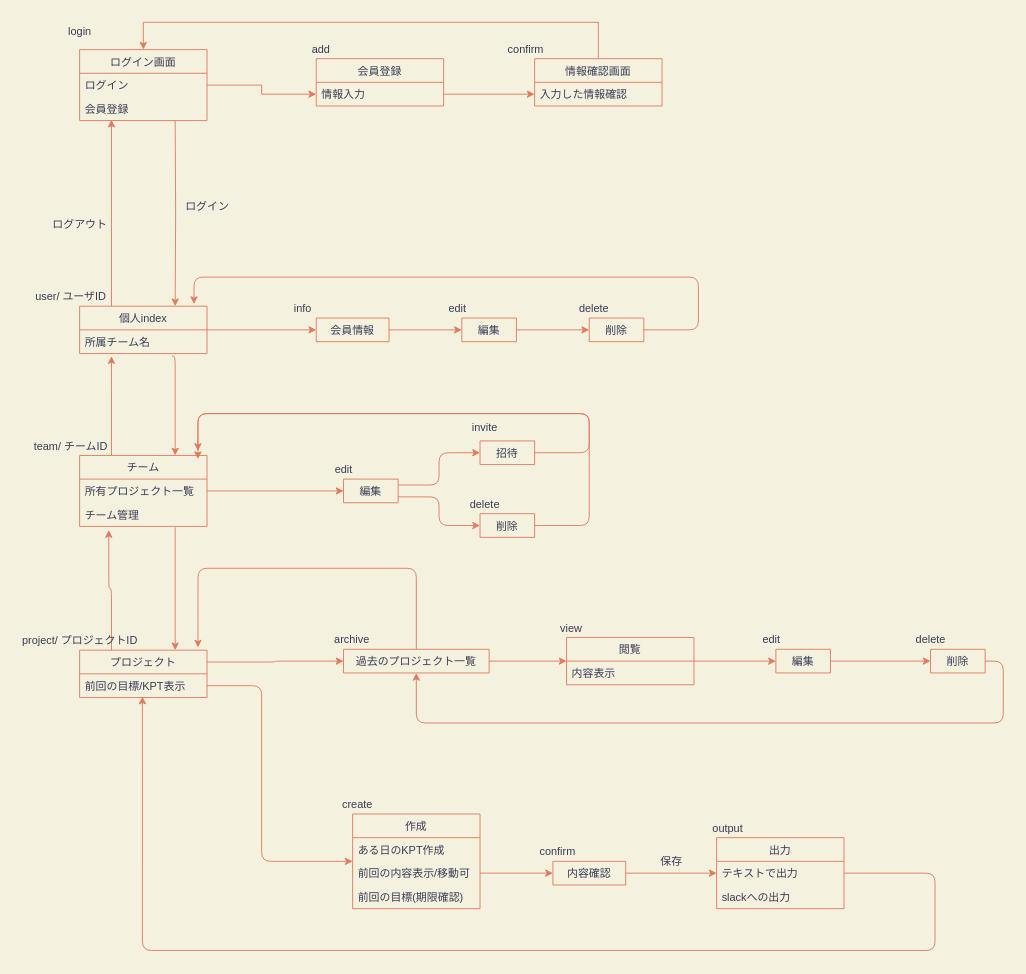
The draw.io diagram screen_transition.drawio in nanas773/kpt-design, before the edit. Source tidied: cells renumbered, new cells numbered last; positions are measured from the earlier drawing's top-left corner, leaving out a move shared by most shapes. Both pictures are drawn from the tidied source at 91%, with x=0, y=0 at pixel (15, 22).
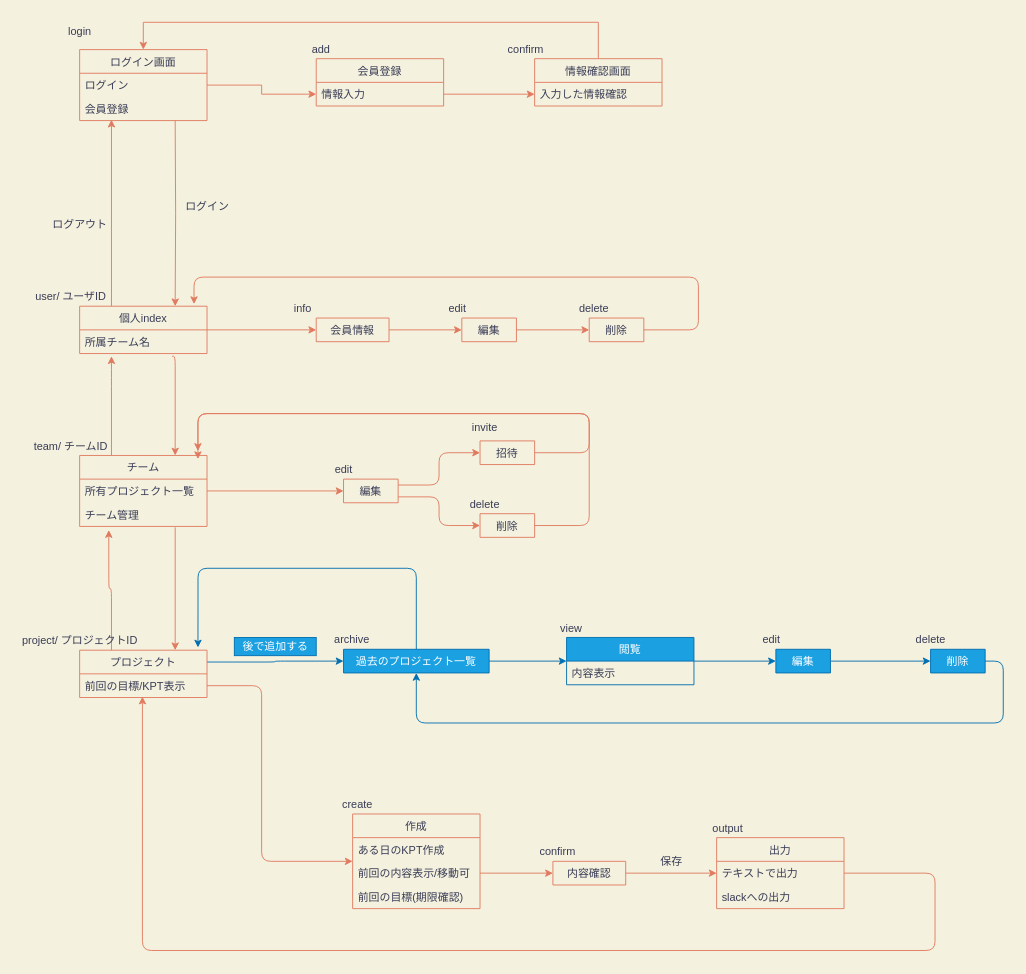
Above is the later version.

Commit message:
Fix: 後で追加する部分の修正

Unchanged cells that the change refers to:
```xml
<mxCell id="20" value="プロジェクト" style="swimlane;fontStyle=0;horizontal=1;startSize=26;fillColor=none;strokeColor=#E07A5F;fontColor=#393C56;" parent="1" vertex="1">
  <mxGeometry x="70" y="690" width="140" height="52" as="geometry" />
</mxCell>
```

Change to the diagram source:
```diff
@@
-    <mxCell id="18" style="edgeStyle=orthogonalEdgeStyle;curved=0;rounded=1;sketch=0;jettySize=auto;html=1;exitX=1;exitY=0.25;exitDx=0;exitDy=0;entryX=0;entryY=0.5;entryDx=0;entryDy=0;strokeColor=#E07A5F;fillColor=#F2CC8F;fontColor=#393C56;labelBackgroundColor=#F4F1DE;" parent="1" edge="1" source="20" target="43">
+    <mxCell id="18" style="edgeStyle=orthogonalEdgeStyle;curved=0;rounded=1;sketch=0;jettySize=auto;html=1;exitX=1;exitY=0.25;exitDx=0;exitDy=0;entryX=0;entryY=0.5;entryDx=0;entryDy=0;strokeColor=#006EAF;fillColor=#1ba1e2;fontColor=#393C56;labelBackgroundColor=#F4F1DE;" parent="1" edge="1" source="20" target="43">
       <mxGeometry relative="1" as="geometry" />
     </mxCell>
@@
-    <mxCell id="27" style="edgeStyle=orthogonalEdgeStyle;curved=0;rounded=1;sketch=0;jettySize=auto;html=1;exitX=1;exitY=0.5;exitDx=0;exitDy=0;entryX=0;entryY=0.5;entryDx=0;entryDy=0;strokeColor=#E07A5F;fillColor=#F2CC8F;fontColor=#393C56;labelBackgroundColor=#F4F1DE;" parent="1" edge="1" source="28" target="33">
+    <mxCell id="27" style="edgeStyle=orthogonalEdgeStyle;curved=0;rounded=1;sketch=0;jettySize=auto;html=1;exitX=1;exitY=0.5;exitDx=0;exitDy=0;entryX=0;entryY=0.5;entryDx=0;entryDy=0;strokeColor=#006EAF;fillColor=#1ba1e2;fontColor=#393C56;labelBackgroundColor=#F4F1DE;" parent="1" edge="1" source="28" target="33">
       <mxGeometry relative="1" as="geometry" />
     </mxCell>
-    <mxCell id="28" value="編集" style="swimlane;fontStyle=0;horizontal=1;startSize=26;fillColor=none;strokeColor=#E07A5F;fontColor=#393C56;" parent="1" vertex="1" collapsed="1">
+    <mxCell id="28" value="編集" style="swimlane;fontStyle=0;horizontal=1;startSize=26;fillColor=#1ba1e2;strokeColor=#006EAF;fontColor=#ffffff;" parent="1" vertex="1" collapsed="1">
       <mxGeometry x="835.1" y="689" width="60" height="26" as="geometry" />
     </mxCell>
-    <mxCell id="29" style="edgeStyle=orthogonalEdgeStyle;curved=0;rounded=1;sketch=0;jettySize=auto;html=1;exitX=1;exitY=0.5;exitDx=0;exitDy=0;entryX=0;entryY=0.5;entryDx=0;entryDy=0;strokeColor=#E07A5F;fillColor=#F2CC8F;fontColor=#393C56;labelBackgroundColor=#F4F1DE;" parent="1" edge="1" source="30" target="28">
+    <mxCell id="29" style="edgeStyle=orthogonalEdgeStyle;curved=0;rounded=1;sketch=0;jettySize=auto;html=1;exitX=1;exitY=0.5;exitDx=0;exitDy=0;entryX=0;entryY=0.5;entryDx=0;entryDy=0;strokeColor=#006EAF;fillColor=#1ba1e2;fontColor=#393C56;labelBackgroundColor=#F4F1DE;" parent="1" edge="1" source="30" target="28">
       <mxGeometry relative="1" as="geometry" />
     </mxCell>
-    <mxCell id="30" value="閲覧" style="swimlane;fontStyle=0;horizontal=1;startSize=26;fillColor=none;strokeColor=#E07A5F;fontColor=#393C56;" parent="1" vertex="1">
+    <mxCell id="30" value="閲覧" style="swimlane;fontStyle=0;horizontal=1;startSize=26;fillColor=#1ba1e2;strokeColor=#006EAF;fontColor=#ffffff;" parent="1" vertex="1">
       <mxGeometry x="605.1" y="676" width="140" height="52" as="geometry" />
     </mxCell>
@@
-    <mxCell id="32" style="edgeStyle=orthogonalEdgeStyle;curved=0;rounded=1;sketch=0;jettySize=auto;html=1;exitX=1;exitY=0.5;exitDx=0;exitDy=0;entryX=0.5;entryY=1;entryDx=0;entryDy=0;strokeColor=#E07A5F;fillColor=#F2CC8F;fontColor=#393C56;" parent="1" edge="1" source="33" target="43">
+    <mxCell id="32" style="edgeStyle=orthogonalEdgeStyle;curved=0;rounded=1;sketch=0;jettySize=auto;html=1;exitX=1;exitY=0.5;exitDx=0;exitDy=0;entryX=0.5;entryY=1;entryDx=0;entryDy=0;strokeColor=#006EAF;fillColor=#1ba1e2;fontColor=#393C56;" parent="1" edge="1" source="33" target="43">
       <mxGeometry relative="1" as="geometry">
         <Array as="points">
           <mxPoint x="1085" y="702" />
           <mxPoint x="1085" y="770" />
           <mxPoint x="440" y="770" />
         </Array>
       </mxGeometry>
     </mxCell>
-    <mxCell id="33" value="削除" style="swimlane;fontStyle=0;horizontal=1;startSize=26;fillColor=none;strokeColor=#E07A5F;fontColor=#393C56;" parent="1" vertex="1" collapsed="1">
+    <mxCell id="33" value="削除" style="swimlane;fontStyle=0;horizontal=1;startSize=26;fillColor=#1ba1e2;strokeColor=#006EAF;fontColor=#ffffff;" parent="1" vertex="1" collapsed="1">
       <mxGeometry x="1005.1" y="689" width="60" height="26" as="geometry" />
     </mxCell>
@@
-    <mxCell id="41" style="edgeStyle=orthogonalEdgeStyle;curved=0;rounded=1;sketch=0;jettySize=auto;html=1;exitX=0.5;exitY=0;exitDx=0;exitDy=0;entryX=0.929;entryY=-0.058;entryDx=0;entryDy=0;entryPerimeter=0;strokeColor=#E07A5F;fillColor=#F2CC8F;fontColor=#393C56;labelBackgroundColor=#F4F1DE;" parent="1" edge="1" source="43" target="20">
+    <mxCell id="41" style="edgeStyle=orthogonalEdgeStyle;curved=0;rounded=1;sketch=0;jettySize=auto;html=1;exitX=0.5;exitY=0;exitDx=0;exitDy=0;entryX=0.929;entryY=-0.058;entryDx=0;entryDy=0;entryPerimeter=0;strokeColor=#006EAF;fillColor=#1ba1e2;fontColor=#393C56;labelBackgroundColor=#F4F1DE;" parent="1" edge="1" source="43" target="20">
       <mxGeometry relative="1" as="geometry">
         <Array as="points">
           <mxPoint x="440" y="600" />
           <mxPoint x="200" y="600" />
         </Array>
       </mxGeometry>
     </mxCell>
-    <mxCell id="42" style="edgeStyle=orthogonalEdgeStyle;curved=0;rounded=1;sketch=0;jettySize=auto;html=1;exitX=1;exitY=0.5;exitDx=0;exitDy=0;entryX=0;entryY=0.5;entryDx=0;entryDy=0;strokeColor=#E07A5F;fillColor=#F2CC8F;fontColor=#393C56;" parent="1" edge="1" source="43" target="30">
+    <mxCell id="42" style="edgeStyle=orthogonalEdgeStyle;curved=0;rounded=1;sketch=0;jettySize=auto;html=1;exitX=1;exitY=0.5;exitDx=0;exitDy=0;entryX=0;entryY=0.5;entryDx=0;entryDy=0;strokeColor=#006EAF;fillColor=#1ba1e2;fontColor=#393C56;" parent="1" edge="1" source="43" target="30">
       <mxGeometry relative="1" as="geometry" />
     </mxCell>
-    <mxCell id="43" value="過去のプロジェクト一覧" style="swimlane;fontStyle=0;horizontal=1;startSize=26;fillColor=none;rounded=0;sketch=0;strokeColor=#E07A5F;fontColor=#393C56;" parent="1" vertex="1" collapsed="1">
+    <mxCell id="43" value="過去のプロジェクト一覧" style="swimlane;fontStyle=0;horizontal=1;startSize=26;fillColor=#1ba1e2;rounded=0;sketch=0;strokeColor=#006EAF;fontColor=#ffffff;" parent="1" vertex="1" collapsed="1">
       <mxGeometry x="360" y="689" width="160" height="26" as="geometry" />
     </mxCell>
@@
+    <mxCell id="85" value="後で追加する" style="text;html=1;align=center;verticalAlign=middle;fillColor=#1ba1e2;strokeColor=#006EAF;fontColor=#ffffff;" parent="1" vertex="1">
+      <mxGeometry x="240" y="676" width="90" height="20" as="geometry" />
+    </mxCell>
```
